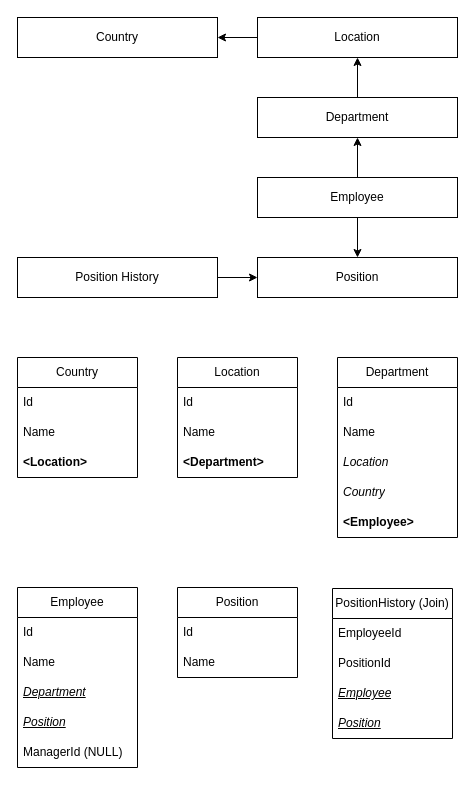
GothMike/OfficeStaff keeps this draw.io diagram as Диаграмма без названия.drawio. Above is the earlier version. Source tidied: cells renumbered, new cells numbered last; positions are measured from the earlier drawing's top-left corner, leaving out a move shared by most shapes. Both pictures are drawn from the tidied source at 100%, with x=0, y=0 at pixel (17, 17).
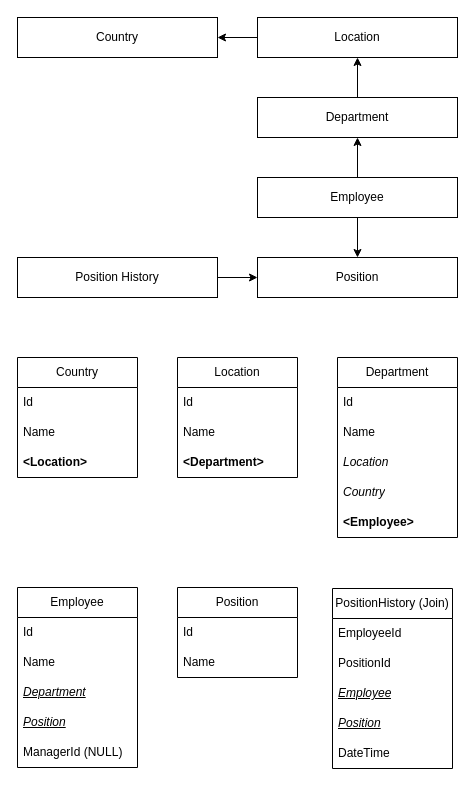
The same diagram, later.

What changed in the source:
```diff
@@
     <mxCell id="36" value="PositionHistory (Join)" style="swimlane;fontStyle=0;horizontal=1;startSize=30;whiteSpace=wrap;html=1;" parent="1" vertex="1">
-      <mxGeometry x="315" y="571" width="120" height="150" as="geometry" />
+      <mxGeometry x="315" y="571" width="120" height="180" as="geometry" />
     </mxCell>
@@
+    <mxCell id="41" value="DateTime" style="text;strokeColor=none;fillColor=none;align=left;verticalAlign=middle;spacingLeft=4;spacingRight=4;overflow=hidden;whiteSpace=wrap;html=1;" parent="36" vertex="1">
+      <mxGeometry y="150" width="120" height="30" as="geometry" />
+    </mxCell>
```
